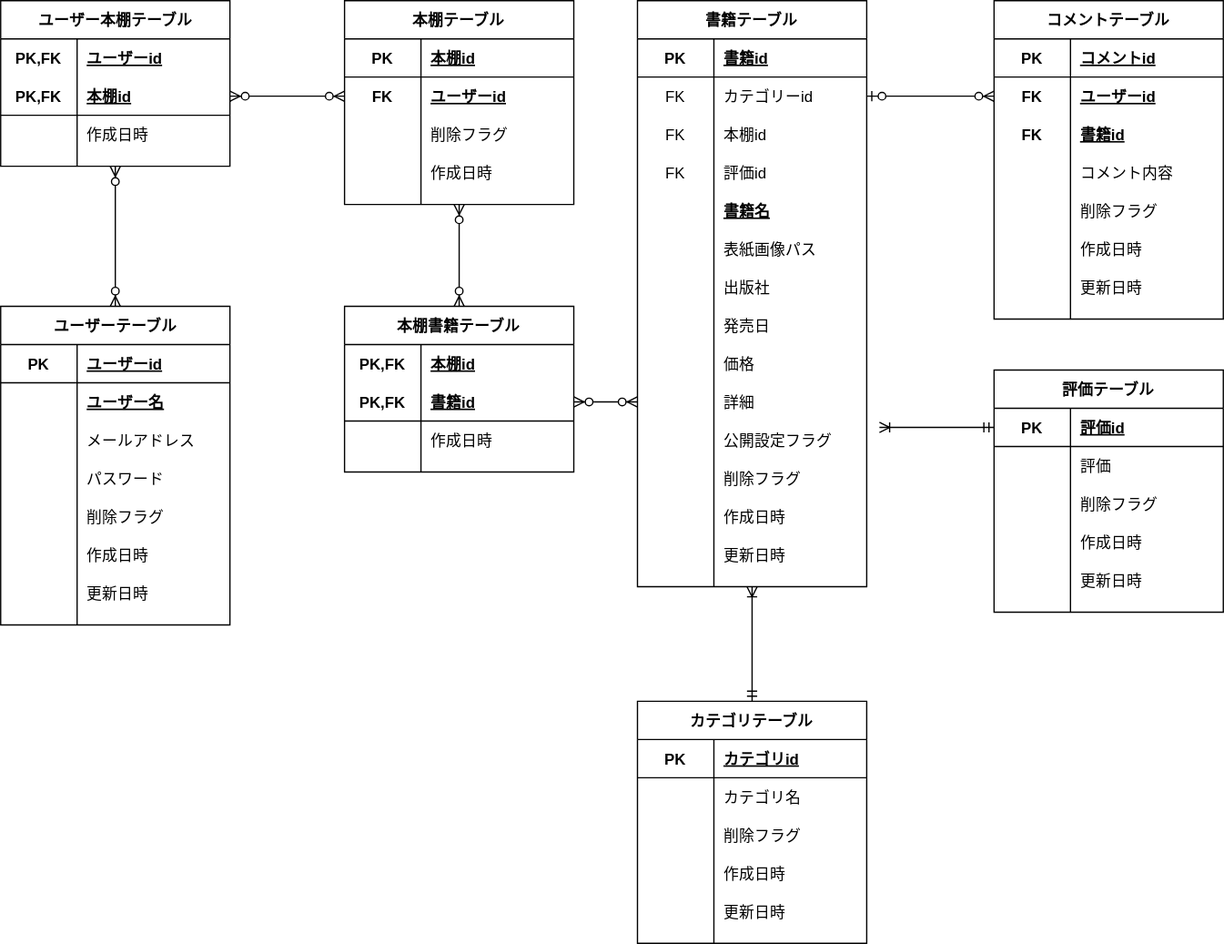
takumi98/EngineerBookshelf keeps this draw.io diagram as ERdiagram.drawio.svg. Above is the earlier version. Source tidied: cells renumbered, new cells last; positions are measured from the earlier drawing's top-left corner, leaving out a move shared by most shapes.
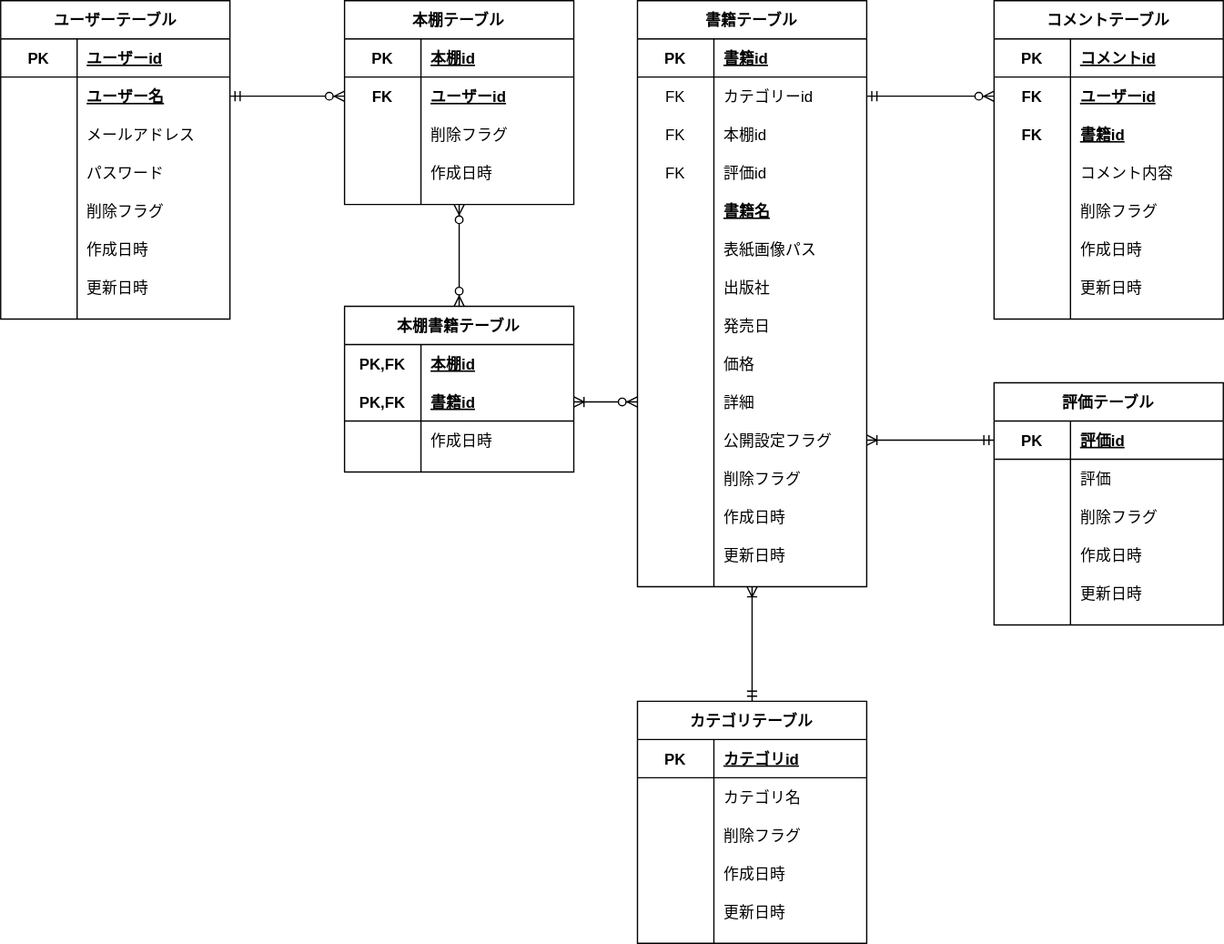
The same diagram one commit later.

Commit message:
[update]ユーザー本棚間の中間テーブルの削除

Diff of the diagram source:
```diff
@@ -3,7 +3,7 @@
     <mxCell id="0" />
     <mxCell id="1" parent="0" />
     <mxCell id="2" value="ユーザーテーブル" style="shape=table;startSize=30;rowLines=0;fontStyle=1;align=center;" parent="1" vertex="1">
-      <mxGeometry y="240" width="180" height="250" as="geometry" />
+      <mxGeometry width="180" height="250" as="geometry" />
     </mxCell>
     <mxCell id="3" style="shape=partialRectangle;fillColor=none;top=0;left=0;bottom=1;right=0;" parent="2" vertex="1">
       <mxGeometry y="30" width="180" height="30" as="geometry" />
@@ -311,7 +311,7 @@
     <mxCell id="104" value="更新日時" style="shape=partialRectangle;fillColor=none;top=0;left=0;bottom=0;right=0;align=left;spacingLeft=6;overflow=hidden;" parent="102" vertex="1">
       <mxGeometry x="60" width="120" height="30" as="geometry" />
     </mxCell>
-    <mxCell id="105" style="edgeStyle=orthogonalEdgeStyle;rounded=0;jettySize=auto;html=1;exitX=0;exitY=0.5;exitDx=0;exitDy=0;startArrow=ERzeroToMany;startFill=1;endArrow=ERzeroToOne;endFill=1;entryX=1;entryY=0.5;entryDx=0;entryDy=0;" parent="1" edge="1" target="28">
+    <mxCell id="105" style="edgeStyle=orthogonalEdgeStyle;rounded=0;jettySize=auto;html=1;exitX=0;exitY=0.5;exitDx=0;exitDy=0;startArrow=ERzeroToMany;startFill=1;endArrow=ERmandOne;endFill=0;entryX=1;entryY=0.5;entryDx=0;entryDy=0;" parent="1" edge="1" target="28">
       <mxGeometry relative="1" as="geometry">
         <mxPoint x="780" y="75" as="sourcePoint" />
       </mxGeometry>
@@ -319,9 +319,6 @@
     <mxCell id="106" style="edgeStyle=orthogonalEdgeStyle;rounded=0;jettySize=auto;html=1;exitX=0.5;exitY=0;exitDx=0;exitDy=0;entryX=0.5;entryY=1;entryDx=0;entryDy=0;startArrow=ERmandOne;startFill=0;endArrow=ERoneToMany;endFill=0;" parent="1" edge="1" source="89" target="24">
       <mxGeometry relative="1" as="geometry" />
     </mxCell>
-    <mxCell id="107" style="edgeStyle=orthogonalEdgeStyle;rounded=0;jettySize=auto;html=1;exitX=0.5;exitY=1;exitDx=0;exitDy=0;entryX=0.5;entryY=0;entryDx=0;entryDy=0;startArrow=ERzeroToMany;startFill=1;endArrow=ERzeroToMany;endFill=1;" parent="1" edge="1" source="139" target="2">
-      <mxGeometry relative="1" as="geometry" />
-    </mxCell>
     <mxCell id="108" style="edgeStyle=orthogonalEdgeStyle;rounded=0;jettySize=auto;html=1;exitX=0.5;exitY=1;exitDx=0;exitDy=0;startArrow=ERzeroToMany;startFill=1;endArrow=ERzeroToMany;endFill=1;" parent="1" edge="1" source="109" target="150">
       <mxGeometry relative="1" as="geometry" />
     </mxCell>
@@ -365,7 +362,7 @@
       <mxGeometry x="60" width="120" height="30" as="geometry" />
     </mxCell>
     <mxCell id="122" value="評価テーブル" style="shape=table;startSize=30;rowLines=0;fontStyle=1;align=center;" parent="1" vertex="1">
-      <mxGeometry x="780" y="290" width="180" height="190" as="geometry" />
+      <mxGeometry x="780" y="300" width="180" height="190" as="geometry" />
     </mxCell>
     <mxCell id="123" style="shape=partialRectangle;fillColor=none;top=0;left=0;bottom=1;right=0;points=[[0,0.5],[1,0.5]];portConstraint=eastwest;" parent="122" vertex="1">
       <mxGeometry y="30" width="180" height="30" as="geometry" />
@@ -412,43 +409,13 @@
     <mxCell id="137" value="更新日時" style="shape=partialRectangle;fillColor=none;top=0;left=0;bottom=0;right=0;align=left;spacingLeft=6;overflow=hidden;" parent="135" vertex="1">
       <mxGeometry x="60" width="120" height="30" as="geometry" />
     </mxCell>
-    <mxCell id="138" style="edgeStyle=orthogonalEdgeStyle;rounded=0;jettySize=auto;html=1;exitX=0;exitY=0.5;exitDx=0;exitDy=0;startArrow=ERmandOne;startFill=0;endArrow=ERoneToMany;endFill=0;" parent="1" edge="1" source="123">
-      <mxGeometry relative="1" as="geometry">
-        <mxPoint x="690" y="335" as="targetPoint" />
-      </mxGeometry>
+    <mxCell id="138" style="edgeStyle=orthogonalEdgeStyle;rounded=0;jettySize=auto;html=1;exitX=0;exitY=0.5;exitDx=0;exitDy=0;startArrow=ERmandOne;startFill=0;endArrow=ERoneToMany;endFill=0;entryX=1;entryY=0.5;entryDx=0;entryDy=0;" parent="1" edge="1" source="123" target="55">
+      <mxGeometry relative="1" as="geometry" />
     </mxCell>
-    <mxCell id="139" value="ユーザー本棚テーブル" style="shape=table;startSize=30;rowLines=0;fontStyle=1;align=center;" parent="1" vertex="1">
-      <mxGeometry width="180" height="130" as="geometry" />
-    </mxCell>
-    <mxCell id="140" style="shape=partialRectangle;fillColor=none;top=0;left=0;bottom=0;right=0;" parent="139" vertex="1">
-      <mxGeometry y="30" width="180" height="30" as="geometry" />
-    </mxCell>
-    <mxCell id="141" value="PK,FK" style="shape=partialRectangle;fillColor=none;top=0;left=0;bottom=0;right=0;fontStyle=1;overflow=hidden;" parent="140" vertex="1">
-      <mxGeometry width="60" height="30" as="geometry" />
-    </mxCell>
-    <mxCell id="142" value="ユーザーid" style="shape=partialRectangle;fillColor=none;top=0;left=0;bottom=0;right=0;align=left;spacingLeft=6;fontStyle=5;overflow=hidden;" parent="140" vertex="1">
-      <mxGeometry x="60" width="120" height="30" as="geometry" />
-    </mxCell>
-    <mxCell id="143" style="shape=partialRectangle;fillColor=none;top=0;left=0;bottom=1;right=0;points=[[0,0.5],[1,0.5]];portConstraint=eastwest;" parent="139" vertex="1">
-      <mxGeometry y="60" width="180" height="30" as="geometry" />
-    </mxCell>
-    <mxCell id="144" value="PK,FK" style="shape=partialRectangle;fillColor=none;top=0;left=0;bottom=0;right=0;fontStyle=1;overflow=hidden;" parent="143" vertex="1">
-      <mxGeometry width="60" height="30" as="geometry" />
-    </mxCell>
-    <mxCell id="145" value="本棚id" style="shape=partialRectangle;fillColor=none;top=0;left=0;bottom=0;right=0;align=left;spacingLeft=6;fontStyle=5;overflow=hidden;" parent="143" vertex="1">
-      <mxGeometry x="60" width="120" height="30" as="geometry" />
-    </mxCell>
-    <mxCell id="146" style="shape=partialRectangle;fillColor=none;top=0;left=0;bottom=0;right=0;" parent="139" vertex="1">
-      <mxGeometry y="90" width="180" height="30" as="geometry" />
-    </mxCell>
-    <mxCell id="147" style="shape=partialRectangle;fillColor=none;top=0;left=0;bottom=0;right=0;overflow=hidden;" parent="146" vertex="1">
-      <mxGeometry width="60" height="30" as="geometry" />
-    </mxCell>
-    <mxCell id="148" value="作成日時" style="shape=partialRectangle;fillColor=none;top=0;left=0;bottom=0;right=0;align=left;spacingLeft=6;overflow=hidden;" parent="146" vertex="1">
-      <mxGeometry x="60" width="120" height="30" as="geometry" />
-    </mxCell>
-    <mxCell id="149" style="edgeStyle=orthogonalEdgeStyle;rounded=0;jettySize=auto;html=1;exitX=0;exitY=0.5;exitDx=0;exitDy=0;entryX=1;entryY=0.5;entryDx=0;entryDy=0;startArrow=ERzeroToMany;startFill=1;endArrow=ERzeroToMany;endFill=1;" parent="1" edge="1" source="113" target="143">
-      <mxGeometry relative="1" as="geometry" />
+    <mxCell id="149" style="edgeStyle=orthogonalEdgeStyle;rounded=0;jettySize=auto;html=1;exitX=0;exitY=0.5;exitDx=0;exitDy=0;entryX=1;entryY=0.5;entryDx=0;entryDy=0;startArrow=ERzeroToMany;startFill=1;endArrow=ERmandOne;endFill=0;" parent="1" edge="1" source="113">
+      <mxGeometry relative="1" as="geometry">
+        <mxPoint x="180" y="75" as="targetPoint" />
+      </mxGeometry>
     </mxCell>
     <mxCell id="150" value="本棚書籍テーブル" style="shape=table;startSize=30;rowLines=0;fontStyle=1;align=center;" parent="1" vertex="1">
       <mxGeometry x="270" y="240" width="180" height="130" as="geometry" />
@@ -480,7 +447,7 @@
     <mxCell id="159" value="作成日時" style="shape=partialRectangle;fillColor=none;top=0;left=0;bottom=0;right=0;align=left;spacingLeft=6;overflow=hidden;" parent="157" vertex="1">
       <mxGeometry x="60" width="120" height="30" as="geometry" />
     </mxCell>
-    <mxCell id="160" style="edgeStyle=orthogonalEdgeStyle;rounded=0;jettySize=auto;html=1;exitX=1;exitY=0.5;exitDx=0;exitDy=0;entryX=0;entryY=0.5;entryDx=0;entryDy=0;startArrow=ERzeroToMany;startFill=1;endArrow=ERzeroToMany;endFill=1;" parent="1" edge="1" source="154" target="52">
+    <mxCell id="160" style="edgeStyle=orthogonalEdgeStyle;rounded=0;jettySize=auto;html=1;exitX=1;exitY=0.5;exitDx=0;exitDy=0;entryX=0;entryY=0.5;entryDx=0;entryDy=0;startArrow=ERoneToMany;startFill=0;endArrow=ERzeroToMany;endFill=1;" parent="1" edge="1" source="154" target="52">
       <mxGeometry relative="1" as="geometry" />
     </mxCell>
   </root>
```
